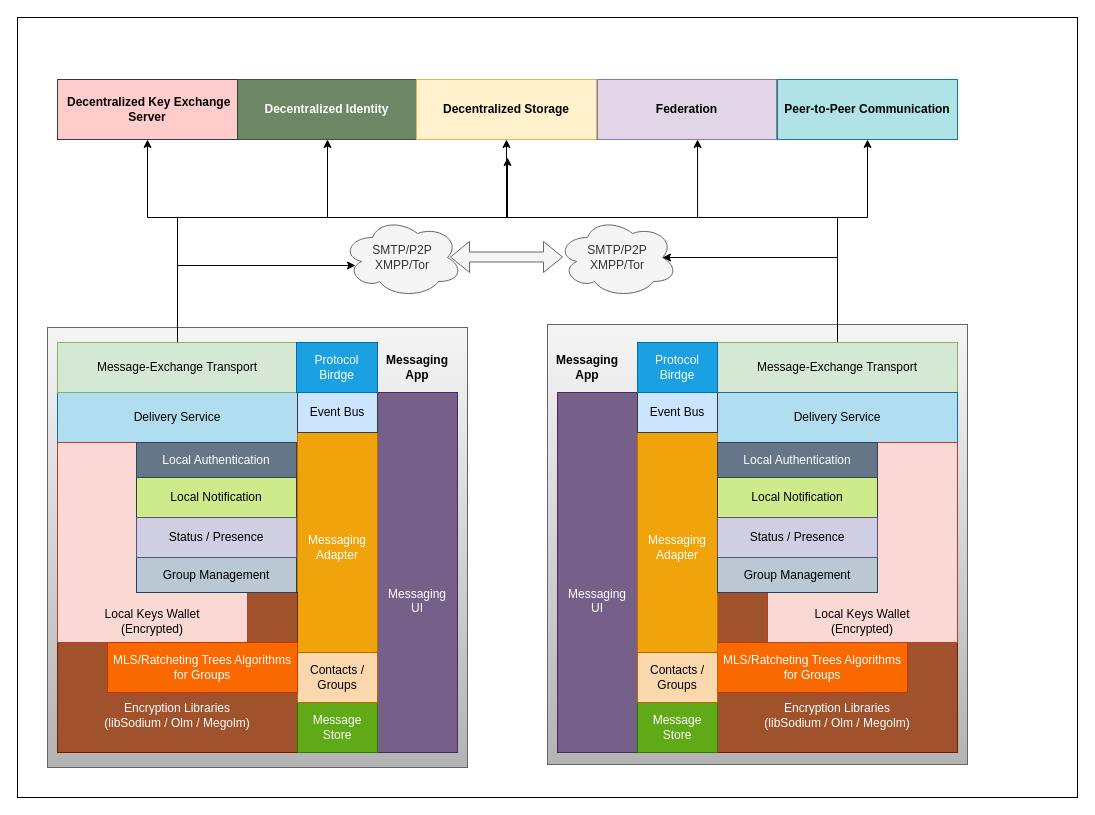
bhatti/Aeron keeps this draw.io diagram as page "layers" (4 of 4) of Messaging end-to-end.drawio. Above is the earlier version. Source tidied: cells renumbered, new cells numbered last; positions are measured from the earlier drawing's top-left corner, leaving out a move shared by most shapes. Both pictures are drawn from the tidied source at 100%, with x=0, y=0 at pixel (17, 17).
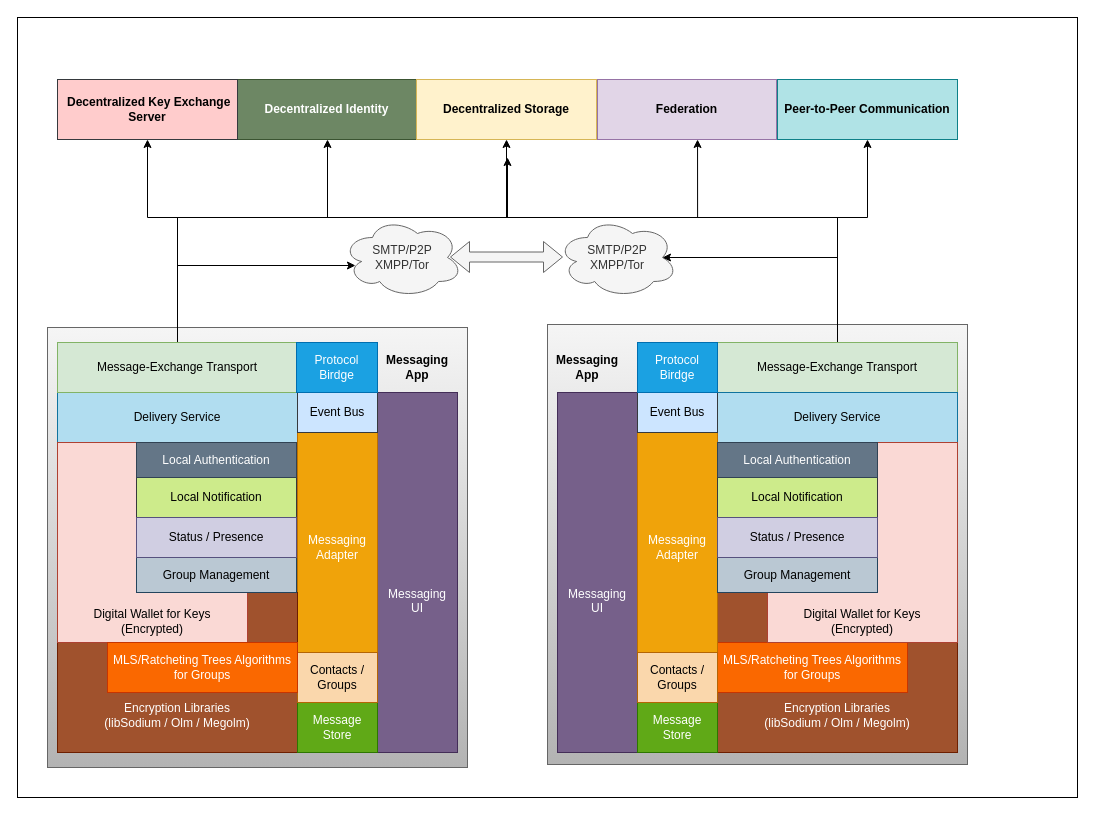
The same diagram, later.

Diff of the diagram source:
```diff
@@
-    <mxCell id="32" value="&lt;div&gt;&lt;br&gt;&lt;/div&gt;&lt;div&gt;&lt;br&gt;&lt;/div&gt;&lt;div&gt;&lt;br&gt;&lt;/div&gt;&lt;div&gt;&lt;br&gt;&lt;/div&gt;&lt;div&gt;&lt;br&gt;&lt;/div&gt;&lt;div&gt;&lt;br&gt;&lt;/div&gt;&lt;div&gt;&lt;br&gt;&lt;/div&gt;&lt;div&gt;&lt;br&gt;&lt;/div&gt;&lt;div&gt;&lt;br&gt;&lt;/div&gt;&lt;div&gt;&lt;br&gt;&lt;/div&gt;&lt;div&gt;&lt;br&gt;&lt;/div&gt;&lt;div&gt;Local Keys Wallet&lt;br&gt;(Encrypted)&lt;br&gt;&lt;/div&gt;" style="rounded=0;whiteSpace=wrap;html=1;fillColor=#fad9d5;strokeColor=#ae4132;" parent="1" vertex="1">
+    <mxCell id="32" value="&lt;div&gt;&lt;br&gt;&lt;/div&gt;&lt;div&gt;&lt;br&gt;&lt;/div&gt;&lt;div&gt;&lt;br&gt;&lt;/div&gt;&lt;div&gt;&lt;br&gt;&lt;/div&gt;&lt;div&gt;&lt;br&gt;&lt;/div&gt;&lt;div&gt;&lt;br&gt;&lt;/div&gt;&lt;div&gt;&lt;br&gt;&lt;/div&gt;&lt;div&gt;&lt;br&gt;&lt;/div&gt;&lt;div&gt;&lt;br&gt;&lt;/div&gt;&lt;div&gt;&lt;br&gt;&lt;/div&gt;&lt;div&gt;&lt;br&gt;&lt;/div&gt;&lt;div&gt;Digital Wallet for Keys&lt;br&gt;(Encrypted)&lt;br&gt;&lt;/div&gt;" style="rounded=0;whiteSpace=wrap;html=1;fillColor=#fad9d5;strokeColor=#ae4132;" parent="1" vertex="1">
       <mxGeometry x="750" y="425" width="190" height="200" as="geometry" />
     </mxCell>
@@
-    <mxCell id="36" value="&lt;div&gt;&lt;br&gt;&lt;/div&gt;&lt;div&gt;&lt;br&gt;&lt;/div&gt;&lt;div&gt;&lt;br&gt;&lt;/div&gt;&lt;div&gt;&lt;br&gt;&lt;/div&gt;&lt;div&gt;&lt;br&gt;&lt;/div&gt;&lt;div&gt;&lt;br&gt;&lt;/div&gt;&lt;div&gt;&lt;br&gt;&lt;/div&gt;&lt;div&gt;&lt;br&gt;&lt;/div&gt;&lt;div&gt;&lt;br&gt;&lt;/div&gt;&lt;div&gt;&lt;br&gt;&lt;/div&gt;&lt;div&gt;&lt;br&gt;&lt;/div&gt;&lt;div&gt;Local Keys Wallet&lt;br&gt;(Encrypted)&lt;br&gt;&lt;/div&gt;" style="rounded=0;whiteSpace=wrap;html=1;fillColor=#fad9d5;strokeColor=#ae4132;" parent="1" vertex="1">
+    <mxCell id="36" value="&lt;div&gt;&lt;br&gt;&lt;/div&gt;&lt;div&gt;&lt;br&gt;&lt;/div&gt;&lt;div&gt;&lt;br&gt;&lt;/div&gt;&lt;div&gt;&lt;br&gt;&lt;/div&gt;&lt;div&gt;&lt;br&gt;&lt;/div&gt;&lt;div&gt;&lt;br&gt;&lt;/div&gt;&lt;div&gt;&lt;br&gt;&lt;/div&gt;&lt;div&gt;&lt;br&gt;&lt;/div&gt;&lt;div&gt;&lt;br&gt;&lt;/div&gt;&lt;div&gt;&lt;br&gt;&lt;/div&gt;&lt;div&gt;&lt;br&gt;&lt;/div&gt;&lt;div&gt;Digital Wallet for Keys&lt;br&gt;(Encrypted)&lt;br&gt;&lt;/div&gt;" style="rounded=0;whiteSpace=wrap;html=1;fillColor=#fad9d5;strokeColor=#ae4132;" parent="1" vertex="1">
       <mxGeometry x="40" y="425" width="190" height="200" as="geometry" />
     </mxCell>
```
